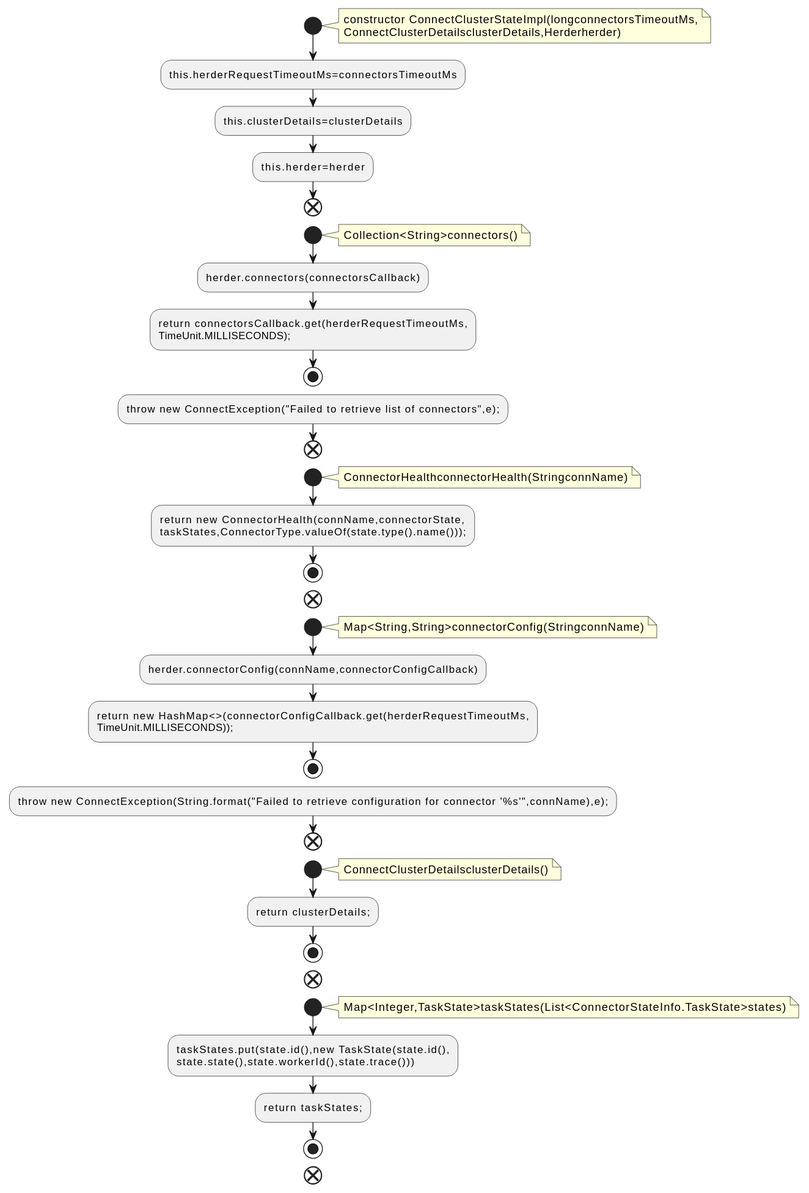
Earlier version of the PlantUML export docs/qc/connect/runtime/src/main/java/org/apache/kafka/connect/runtime/health/ConnectClusterStateImpl.java.fct.svg (qualitesys/kafka).
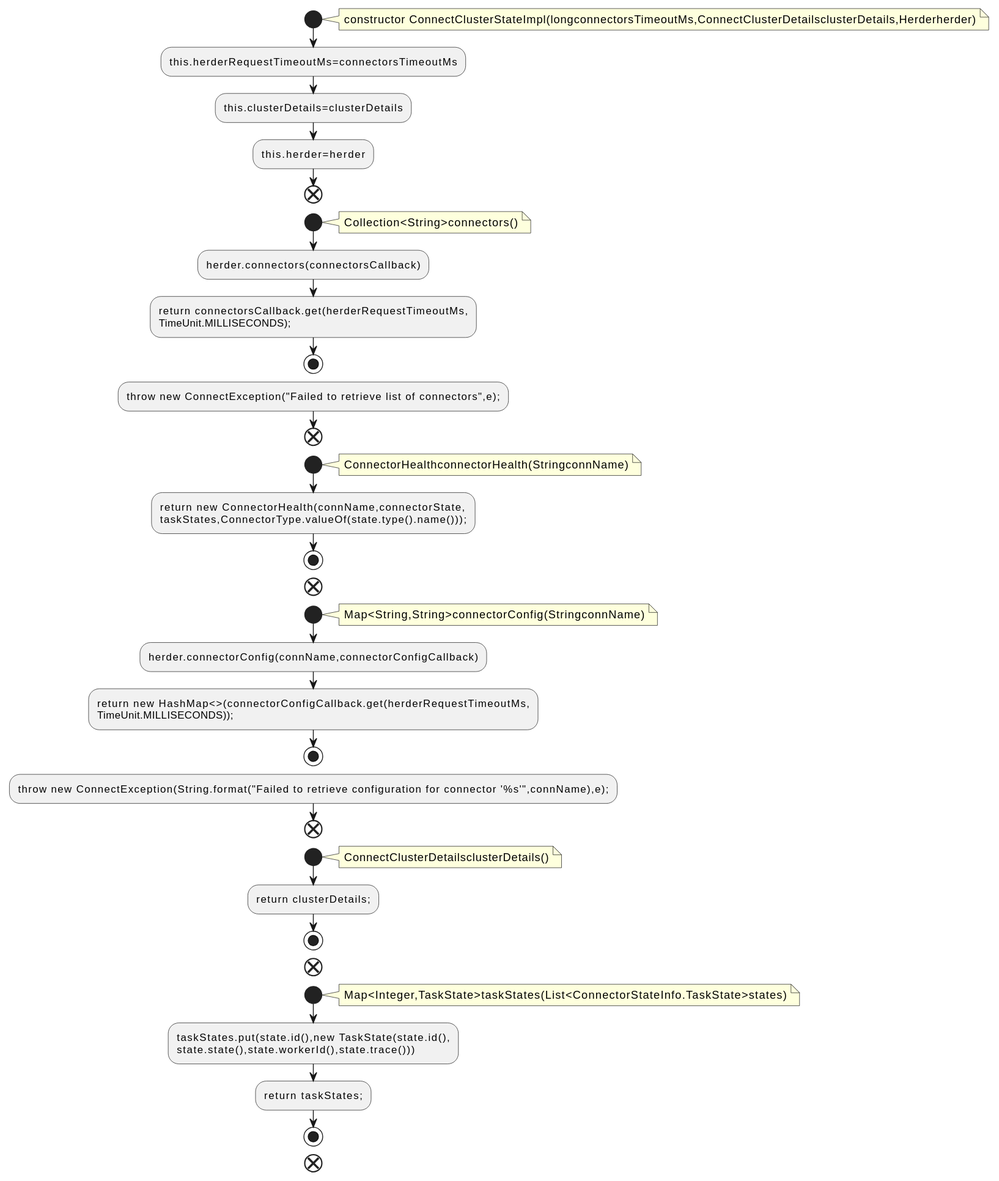
Later version of the same file.

Diff of the diagram source:
```diff
@@ -2,8 +2,7 @@
 !pragma layout smetana
 start
 note right
-constructor ConnectClusterStateImpl(longconnectorsTimeoutMs,
-ConnectClusterDetailsclusterDetails,Herderherder)
+constructor ConnectClusterStateImpl(longconnectorsTimeoutMs,ConnectClusterDetailsclusterDetails,Herderherder)
 end note
 :this.herderRequestTimeoutMs=connectorsTimeoutMs;
 :this.clusterDetails=clusterDetails;
```
